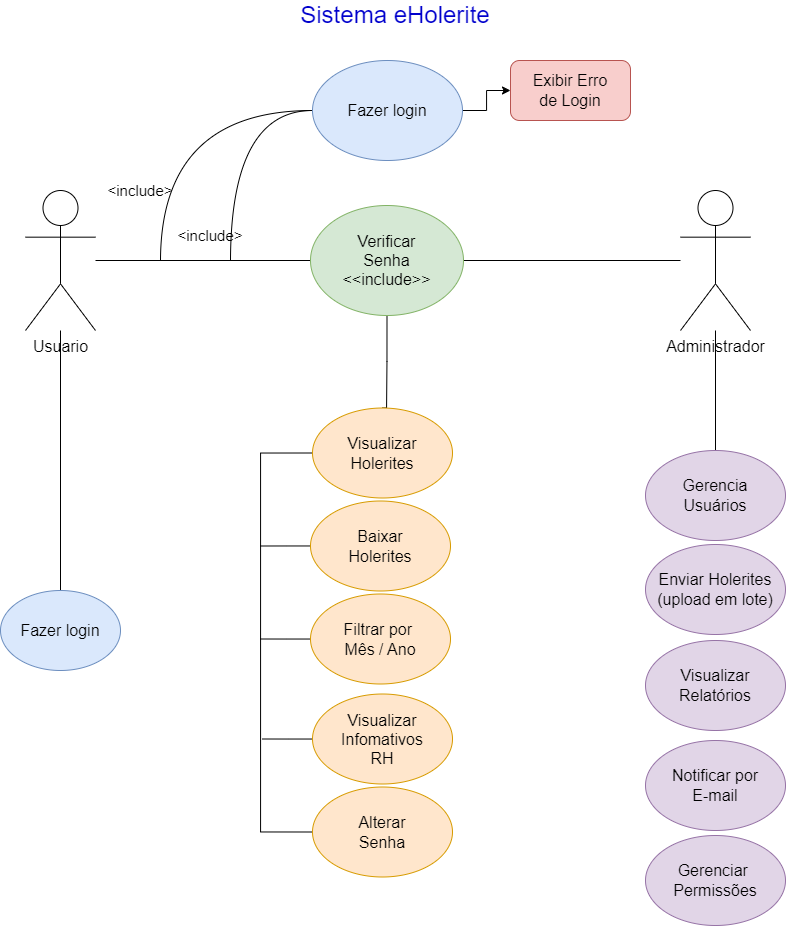
v4gn32/tecsolutions keeps this draw.io diagram as documentos/img/Diagrama_Casos_de_Uso.png. Above is the earlier version. Source tidied: cells renumbered, new cells last; positions are measured from the earlier drawing's top-left corner, leaving out a move shared by most shapes. Its diagram source:
```xml
<mxGraphModel>
  <root>
    <mxCell id="0" />
    <mxCell id="1" parent="0" />
    <mxCell id="2" style="edgeStyle=orthogonalEdgeStyle;rounded=0;jettySize=auto;html=1;entryX=0.5;entryY=0;entryDx=0;entryDy=0;endArrow=none;startFill=0;" parent="1" edge="1" source="3" target="4">
      <mxGeometry relative="1" as="geometry" />
    </mxCell>
    <mxCell id="3" value="Usuario" style="shape=umlActor;verticalLabelPosition=bottom;verticalAlign=top;html=1;outlineConnect=0;shadow=0;fontSize=16;" parent="1" vertex="1">
      <mxGeometry x="25" y="190" width="70" height="140" as="geometry" />
    </mxCell>
    <mxCell id="4" value="Fazer login" style="ellipse;whiteSpace=wrap;html=1;fontSize=16;fillColor=#dae8fc;strokeColor=#6c8ebf;" parent="1" vertex="1">
      <mxGeometry y="590" width="120" height="80" as="geometry" />
    </mxCell>
    <mxCell id="5" value="Sistema eHolerite" style="text;html=1;align=center;verticalAlign=middle;whiteSpace=wrap;rounded=0;fontSize=24;fontColor=#0000CC;" parent="1" vertex="1">
      <mxGeometry x="280" width="230" height="30" as="geometry" />
    </mxCell>
    <mxCell id="6" style="edgeStyle=orthogonalEdgeStyle;rounded=0;jettySize=auto;html=1;endArrow=none;startFill=0;" parent="1" edge="1" source="9" target="3">
      <mxGeometry relative="1" as="geometry" />
    </mxCell>
    <mxCell id="7" style="edgeStyle=orthogonalEdgeStyle;rounded=0;jettySize=auto;html=1;endArrow=none;startFill=0;" parent="1" edge="1" source="9" target="11">
      <mxGeometry relative="1" as="geometry" />
    </mxCell>
    <mxCell id="8" style="edgeStyle=orthogonalEdgeStyle;rounded=0;jettySize=auto;html=1;entryX=0.5;entryY=0;entryDx=0;entryDy=0;endArrow=none;startFill=0;" parent="1" edge="1" source="9" target="19">
      <mxGeometry relative="1" as="geometry">
        <Array as="points">
          <mxPoint x="386" y="361" />
          <mxPoint x="386" y="408" />
        </Array>
      </mxGeometry>
    </mxCell>
    <mxCell id="9" value="Verificar&lt;div&gt;Senha&lt;/div&gt;&lt;div&gt;&amp;lt;&amp;lt;include&amp;gt;&amp;gt;&lt;/div&gt;" style="ellipse;whiteSpace=wrap;html=1;fontSize=16;fillColor=#d5e8d4;strokeColor=#82b366;" parent="1" vertex="1">
      <mxGeometry x="310" y="205" width="153" height="110" as="geometry" />
    </mxCell>
    <mxCell id="10" style="edgeStyle=orthogonalEdgeStyle;rounded=0;jettySize=auto;html=1;entryX=0.5;entryY=0;entryDx=0;entryDy=0;endArrow=none;startFill=0;" parent="1" edge="1" source="11" target="27">
      <mxGeometry relative="1" as="geometry" />
    </mxCell>
    <mxCell id="11" value="Administrador" style="shape=umlActor;verticalLabelPosition=bottom;verticalAlign=top;html=1;outlineConnect=0;shadow=0;fontSize=16;" parent="1" vertex="1">
      <mxGeometry x="680" y="190" width="70" height="140" as="geometry" />
    </mxCell>
    <mxCell id="12" style="edgeStyle=orthogonalEdgeStyle;rounded=0;jettySize=auto;html=1;curved=1;endArrow=none;startFill=0;" parent="1" edge="1" source="15">
      <mxGeometry relative="1" as="geometry">
        <mxPoint x="160" y="260" as="targetPoint" />
      </mxGeometry>
    </mxCell>
    <mxCell id="13" style="edgeStyle=orthogonalEdgeStyle;rounded=0;jettySize=auto;html=1;curved=1;endArrow=none;startFill=0;" parent="1" edge="1" source="15">
      <mxGeometry relative="1" as="geometry">
        <mxPoint x="230" y="260" as="targetPoint" />
      </mxGeometry>
    </mxCell>
    <mxCell id="14" style="edgeStyle=orthogonalEdgeStyle;rounded=0;jettySize=auto;html=1;entryX=0;entryY=0.5;entryDx=0;entryDy=0;" parent="1" edge="1" source="15" target="31">
      <mxGeometry relative="1" as="geometry" />
    </mxCell>
    <mxCell id="15" value="Fazer login" style="ellipse;whiteSpace=wrap;html=1;fontSize=16;fillColor=#dae8fc;strokeColor=#6c8ebf;" parent="1" vertex="1">
      <mxGeometry x="312" y="60" width="150" height="100" as="geometry" />
    </mxCell>
    <mxCell id="16" value="&amp;lt;include&amp;gt;" style="text;html=1;align=center;verticalAlign=middle;whiteSpace=wrap;rounded=0;fontSize=15;" parent="1" vertex="1">
      <mxGeometry x="110" y="175" width="60" height="30" as="geometry" />
    </mxCell>
    <mxCell id="17" value="&amp;lt;include&amp;gt;" style="text;html=1;align=center;verticalAlign=middle;whiteSpace=wrap;rounded=0;fontSize=15;" parent="1" vertex="1">
      <mxGeometry x="180" y="220" width="60" height="30" as="geometry" />
    </mxCell>
    <mxCell id="18" style="edgeStyle=orthogonalEdgeStyle;rounded=0;jettySize=auto;html=1;entryX=0;entryY=0.5;entryDx=0;entryDy=0;exitX=0;exitY=0.5;exitDx=0;exitDy=0;endArrow=none;startFill=0;" parent="1" edge="1" source="19" target="26">
      <mxGeometry relative="1" as="geometry">
        <Array as="points">
          <mxPoint x="260" y="452" />
          <mxPoint x="260" y="832" />
        </Array>
      </mxGeometry>
    </mxCell>
    <mxCell id="19" value="Visualizar&lt;div&gt;Holerites&lt;/div&gt;" style="ellipse;whiteSpace=wrap;html=1;fontSize=16;fillColor=#ffe6cc;strokeColor=#d79b00;" parent="1" vertex="1">
      <mxGeometry x="312" y="407.5" width="140" height="90" as="geometry" />
    </mxCell>
    <mxCell id="20" style="edgeStyle=orthogonalEdgeStyle;rounded=0;jettySize=auto;html=1;endArrow=none;startFill=0;" parent="1" edge="1" source="21">
      <mxGeometry relative="1" as="geometry">
        <mxPoint x="260" y="545.5" as="targetPoint" />
      </mxGeometry>
    </mxCell>
    <mxCell id="21" value="Baixar&lt;div&gt;Holerites&lt;/div&gt;" style="ellipse;whiteSpace=wrap;html=1;fontSize=16;fillColor=#ffe6cc;strokeColor=#d79b00;" parent="1" vertex="1">
      <mxGeometry x="310" y="500.5" width="140" height="90" as="geometry" />
    </mxCell>
    <mxCell id="22" style="edgeStyle=orthogonalEdgeStyle;rounded=0;jettySize=auto;html=1;endArrow=none;startFill=0;" parent="1" edge="1" source="23">
      <mxGeometry relative="1" as="geometry">
        <mxPoint x="260" y="638.5" as="targetPoint" />
      </mxGeometry>
    </mxCell>
    <mxCell id="23" value="Filtrar por&amp;nbsp;&lt;div&gt;Mês / Ano&lt;/div&gt;" style="ellipse;whiteSpace=wrap;html=1;fontSize=16;fillColor=#ffe6cc;strokeColor=#d79b00;" parent="1" vertex="1">
      <mxGeometry x="310" y="593.5" width="140" height="90" as="geometry" />
    </mxCell>
    <mxCell id="24" style="edgeStyle=orthogonalEdgeStyle;rounded=0;jettySize=auto;html=1;endArrow=none;startFill=0;" parent="1" edge="1" source="25">
      <mxGeometry relative="1" as="geometry">
        <mxPoint x="262" y="738.5" as="targetPoint" />
      </mxGeometry>
    </mxCell>
    <mxCell id="25" value="Visualizar&lt;div&gt;Infomativos&lt;/div&gt;&lt;div&gt;RH&lt;/div&gt;" style="ellipse;whiteSpace=wrap;html=1;fontSize=16;fillColor=#ffe6cc;strokeColor=#d79b00;" parent="1" vertex="1">
      <mxGeometry x="312" y="693.5" width="140" height="90" as="geometry" />
    </mxCell>
    <mxCell id="26" value="Alterar&lt;div&gt;Senha&lt;/div&gt;" style="ellipse;whiteSpace=wrap;html=1;fontSize=16;fillColor=#ffe6cc;strokeColor=#d79b00;" parent="1" vertex="1">
      <mxGeometry x="312" y="786.5" width="140" height="90" as="geometry" />
    </mxCell>
    <mxCell id="27" value="Gerencia&lt;div&gt;Usuários&lt;/div&gt;" style="ellipse;whiteSpace=wrap;html=1;fontSize=16;fillColor=#e1d5e7;strokeColor=#9673a6;" parent="1" vertex="1">
      <mxGeometry x="645" y="450" width="140" height="90" as="geometry" />
    </mxCell>
    <mxCell id="28" value="Enviar Holerites&lt;div&gt;(upload em lote)&lt;/div&gt;" style="ellipse;whiteSpace=wrap;html=1;fontSize=16;fillColor=#e1d5e7;strokeColor=#9673a6;" parent="1" vertex="1">
      <mxGeometry x="645" y="544" width="140" height="90" as="geometry" />
    </mxCell>
    <mxCell id="29" value="Visualizar&lt;div&gt;Relatórios&lt;/div&gt;" style="ellipse;whiteSpace=wrap;html=1;fontSize=16;fillColor=#e1d5e7;strokeColor=#9673a6;" parent="1" vertex="1">
      <mxGeometry x="645" y="640" width="140" height="90" as="geometry" />
    </mxCell>
    <mxCell id="30" value="Notificar por&lt;div&gt;E-mail&lt;/div&gt;" style="ellipse;whiteSpace=wrap;html=1;fontSize=16;fillColor=#e1d5e7;strokeColor=#9673a6;" parent="1" vertex="1">
      <mxGeometry x="645" y="740" width="140" height="90" as="geometry" />
    </mxCell>
    <mxCell id="31" value="Exibir Erro&lt;div&gt;de Login&lt;/div&gt;" style="rounded=1;whiteSpace=wrap;html=1;fontSize=16;fillColor=#f8cecc;strokeColor=#b85450;" parent="1" vertex="1">
      <mxGeometry x="510" y="60" width="120" height="60" as="geometry" />
    </mxCell>
    <mxCell id="32" value="Gerenciar&amp;nbsp;&lt;div&gt;Permissões&lt;/div&gt;" style="ellipse;whiteSpace=wrap;html=1;fontSize=16;fillColor=#e1d5e7;strokeColor=#9673a6;" parent="1" vertex="1">
      <mxGeometry x="645" y="835" width="140" height="90" as="geometry" />
    </mxCell>
  </root>
</mxGraphModel>
```
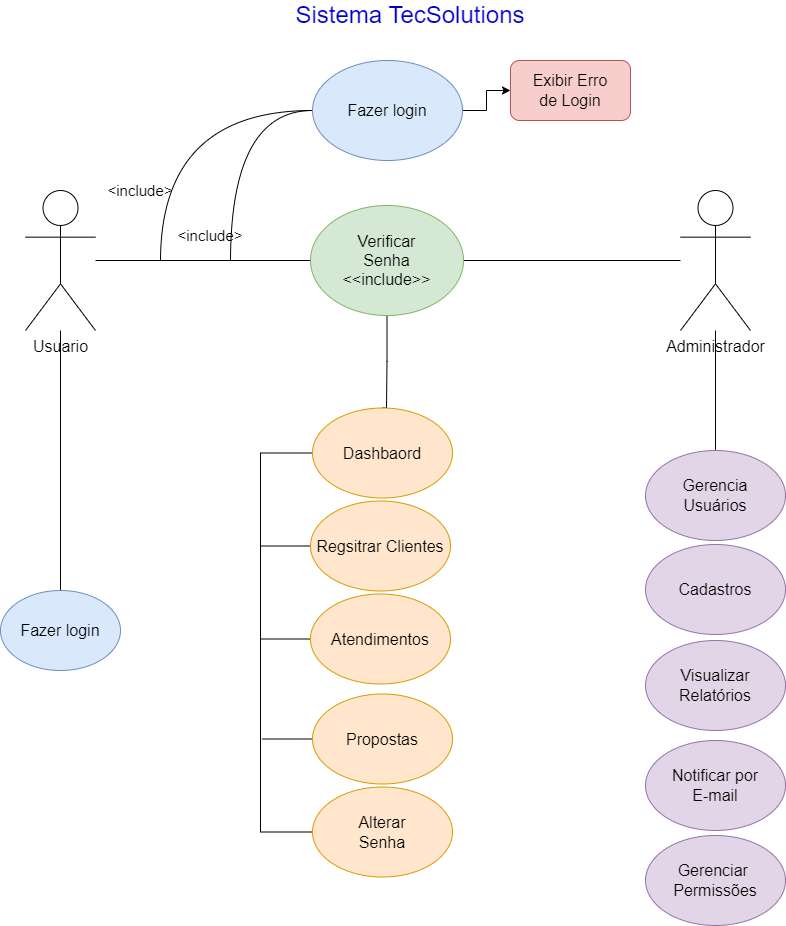
Later version of the same file.

The edit, as a diff of the source:
```diff
@@ -11,8 +11,8 @@
     <mxCell id="4" value="Fazer login" style="ellipse;whiteSpace=wrap;html=1;fontSize=16;fillColor=#dae8fc;strokeColor=#6c8ebf;" parent="1" vertex="1">
       <mxGeometry y="590" width="120" height="80" as="geometry" />
     </mxCell>
-    <mxCell id="5" value="Sistema eHolerite" style="text;html=1;align=center;verticalAlign=middle;whiteSpace=wrap;rounded=0;fontSize=24;fontColor=#0000CC;" parent="1" vertex="1">
-      <mxGeometry x="280" width="230" height="30" as="geometry" />
+    <mxCell id="5" value="Sistema TecSolutions" style="text;html=1;align=center;verticalAlign=middle;whiteSpace=wrap;rounded=0;fontSize=24;fontColor=#0000CC;" parent="1" vertex="1">
+      <mxGeometry x="280" width="260" height="30" as="geometry" />
     </mxCell>
     <mxCell id="6" style="edgeStyle=orthogonalEdgeStyle;rounded=0;jettySize=auto;html=1;endArrow=none;startFill=0;" parent="1" edge="1" source="9" target="3">
       <mxGeometry relative="1" as="geometry" />
@@ -67,7 +67,7 @@
         </Array>
       </mxGeometry>
     </mxCell>
-    <mxCell id="19" value="Visualizar&lt;div&gt;Holerites&lt;/div&gt;" style="ellipse;whiteSpace=wrap;html=1;fontSize=16;fillColor=#ffe6cc;strokeColor=#d79b00;" parent="1" vertex="1">
+    <mxCell id="19" value="Dashbaord" style="ellipse;whiteSpace=wrap;html=1;fontSize=16;fillColor=#ffe6cc;strokeColor=#d79b00;" parent="1" vertex="1">
       <mxGeometry x="312" y="407.5" width="140" height="90" as="geometry" />
     </mxCell>
     <mxCell id="20" style="edgeStyle=orthogonalEdgeStyle;rounded=0;jettySize=auto;html=1;endArrow=none;startFill=0;" parent="1" edge="1" source="21">
@@ -75,7 +75,7 @@
         <mxPoint x="260" y="545.5" as="targetPoint" />
       </mxGeometry>
     </mxCell>
-    <mxCell id="21" value="Baixar&lt;div&gt;Holerites&lt;/div&gt;" style="ellipse;whiteSpace=wrap;html=1;fontSize=16;fillColor=#ffe6cc;strokeColor=#d79b00;" parent="1" vertex="1">
+    <mxCell id="21" value="Regsitrar Clientes" style="ellipse;whiteSpace=wrap;html=1;fontSize=16;fillColor=#ffe6cc;strokeColor=#d79b00;" parent="1" vertex="1">
       <mxGeometry x="310" y="500.5" width="140" height="90" as="geometry" />
     </mxCell>
     <mxCell id="22" style="edgeStyle=orthogonalEdgeStyle;rounded=0;jettySize=auto;html=1;endArrow=none;startFill=0;" parent="1" edge="1" source="23">
@@ -83,7 +83,7 @@
         <mxPoint x="260" y="638.5" as="targetPoint" />
       </mxGeometry>
     </mxCell>
-    <mxCell id="23" value="Filtrar por&amp;nbsp;&lt;div&gt;Mês / Ano&lt;/div&gt;" style="ellipse;whiteSpace=wrap;html=1;fontSize=16;fillColor=#ffe6cc;strokeColor=#d79b00;" parent="1" vertex="1">
+    <mxCell id="23" value="Atendimentos" style="ellipse;whiteSpace=wrap;html=1;fontSize=16;fillColor=#ffe6cc;strokeColor=#d79b00;" parent="1" vertex="1">
       <mxGeometry x="310" y="593.5" width="140" height="90" as="geometry" />
     </mxCell>
     <mxCell id="24" style="edgeStyle=orthogonalEdgeStyle;rounded=0;jettySize=auto;html=1;endArrow=none;startFill=0;" parent="1" edge="1" source="25">
@@ -91,7 +91,7 @@
         <mxPoint x="262" y="738.5" as="targetPoint" />
       </mxGeometry>
     </mxCell>
-    <mxCell id="25" value="Visualizar&lt;div&gt;Infomativos&lt;/div&gt;&lt;div&gt;RH&lt;/div&gt;" style="ellipse;whiteSpace=wrap;html=1;fontSize=16;fillColor=#ffe6cc;strokeColor=#d79b00;" parent="1" vertex="1">
+    <mxCell id="25" value="Propostas" style="ellipse;whiteSpace=wrap;html=1;fontSize=16;fillColor=#ffe6cc;strokeColor=#d79b00;" parent="1" vertex="1">
       <mxGeometry x="312" y="693.5" width="140" height="90" as="geometry" />
     </mxCell>
     <mxCell id="26" value="Alterar&lt;div&gt;Senha&lt;/div&gt;" style="ellipse;whiteSpace=wrap;html=1;fontSize=16;fillColor=#ffe6cc;strokeColor=#d79b00;" parent="1" vertex="1">
@@ -100,7 +100,7 @@
     <mxCell id="27" value="Gerencia&lt;div&gt;Usuários&lt;/div&gt;" style="ellipse;whiteSpace=wrap;html=1;fontSize=16;fillColor=#e1d5e7;strokeColor=#9673a6;" parent="1" vertex="1">
       <mxGeometry x="645" y="450" width="140" height="90" as="geometry" />
     </mxCell>
-    <mxCell id="28" value="Enviar Holerites&lt;div&gt;(upload em lote)&lt;/div&gt;" style="ellipse;whiteSpace=wrap;html=1;fontSize=16;fillColor=#e1d5e7;strokeColor=#9673a6;" parent="1" vertex="1">
+    <mxCell id="28" value="Cadastros" style="ellipse;whiteSpace=wrap;html=1;fontSize=16;fillColor=#e1d5e7;strokeColor=#9673a6;" parent="1" vertex="1">
       <mxGeometry x="645" y="544" width="140" height="90" as="geometry" />
     </mxCell>
     <mxCell id="29" value="Visualizar&lt;div&gt;Relatórios&lt;/div&gt;" style="ellipse;whiteSpace=wrap;html=1;fontSize=16;fillColor=#e1d5e7;strokeColor=#9673a6;" parent="1" vertex="1">
```
